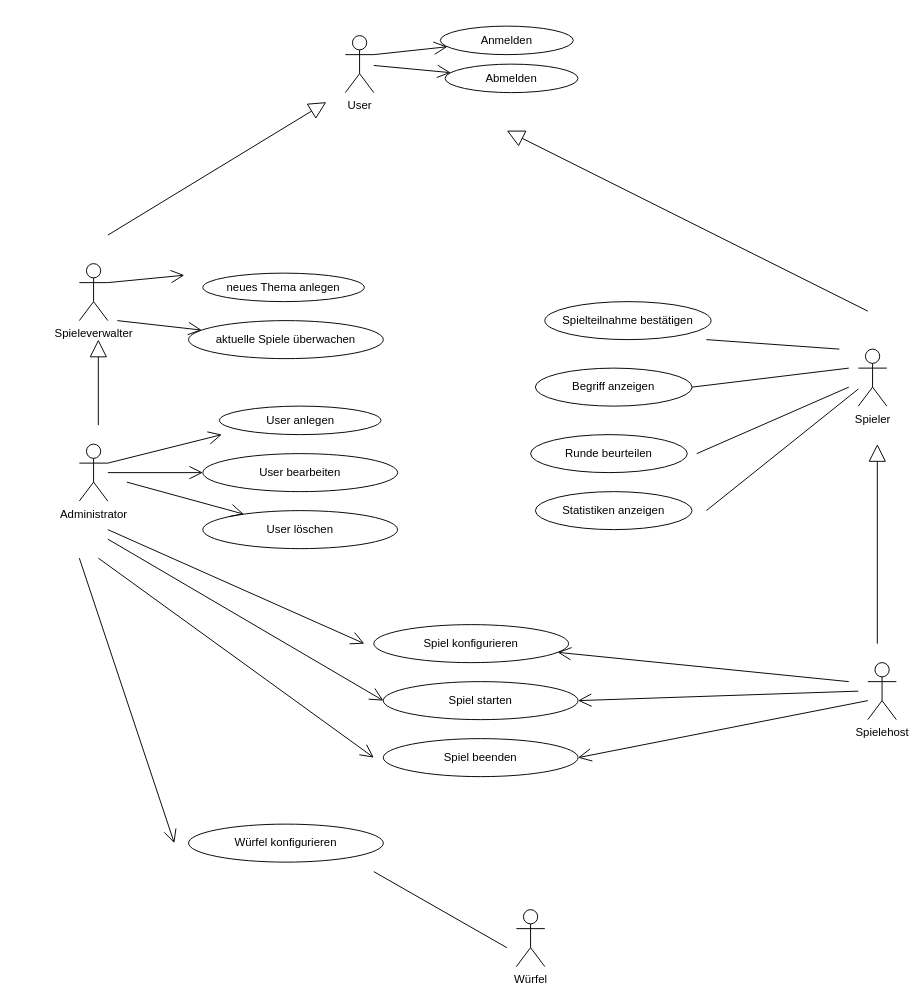
Above: use_case_diagram.drawio in b-ertel/TimeGuess-Game (draw.io), before the change. Source tidied: cells renumbered, new cells numbered last; positions are measured from the earlier drawing's top-left corner, leaving out a move shared by most shapes. Both pictures are drawn from the tidied source at 95%, with x=0, y=0 at pixel (79, 26).
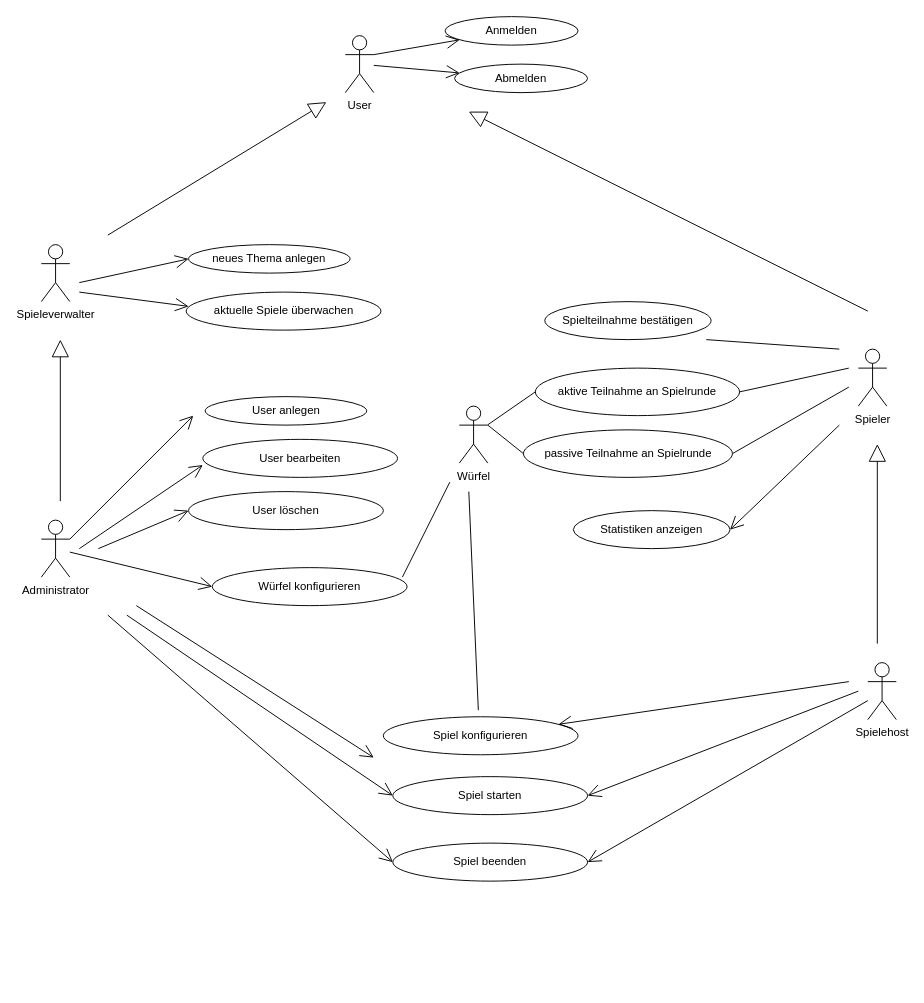
The same page after the edit.

Commit message (it also covers changes not shown here):
update sketch of use case diagram

- can now be considered "complete" in the sense that it is ready
  for discussion in the next meeting
- .docx file on OneDrive has been updated with this version, too

Unchanged cells that the change refers to:
```xml
<mxCell id="39" value="&lt;div&gt;Spieler&lt;/div&gt;" style="shape=umlActor;verticalLabelPosition=bottom;verticalAlign=top;html=1;" parent="1" vertex="1">
  <mxGeometry x="820" y="340" width="30" height="60" as="geometry" />
</mxCell>
```

What changed in the source:
```diff
@@
-    <mxCell id="2" style="endArrow=none;endFill=0;endSize=12;html=1;" parent="1" edge="1" source="39">
-      <mxGeometry relative="1" as="geometry">
-        <mxPoint x="660" y="510" as="targetPoint" />
-      </mxGeometry>
-    </mxCell>
@@
     <mxCell id="4" value="&lt;div&gt;Anmelden&lt;/div&gt;" style="ellipse;whiteSpace=wrap;html=1;" parent="1" vertex="1">
-      <mxGeometry x="380" width="140" height="30" as="geometry" />
+      <mxGeometry x="385" y="-10" width="140" height="30" as="geometry" />
     </mxCell>
     <mxCell id="5" value="&lt;div&gt;Abmelden&lt;/div&gt;" style="ellipse;whiteSpace=wrap;html=1;" parent="1" vertex="1">
-      <mxGeometry x="385" y="40" width="140" height="30" as="geometry" />
+      <mxGeometry x="395" y="40" width="140" height="30" as="geometry" />
     </mxCell>
@@
     <mxCell id="8" value="Spieleverwalter" style="shape=umlActor;verticalLabelPosition=bottom;verticalAlign=top;html=1;" parent="1" vertex="1">
-      <mxGeometry y="250" width="30" height="60" as="geometry" />
+      <mxGeometry x="-40" y="230" width="30" height="60" as="geometry" />
     </mxCell>
     <mxCell id="9" value="neues Thema anlegen" style="ellipse;whiteSpace=wrap;html=1;" parent="1" vertex="1">
-      <mxGeometry x="130" y="260" width="170" height="30" as="geometry" />
+      <mxGeometry x="115" y="230" width="170" height="30" as="geometry" />
     </mxCell>
-    <mxCell id="10" style="endArrow=open;endFill=1;endSize=12;html=1;exitX=1;exitY=0.3333333333333333;exitDx=0;exitDy=0;exitPerimeter=0;" parent="1" edge="1" source="8">
+    <mxCell id="10" style="endArrow=open;endFill=1;endSize=12;html=1;entryX=0;entryY=0.5;entryDx=0;entryDy=0;" parent="1" edge="1" target="9">
       <mxGeometry relative="1" as="geometry">
-        <mxPoint x="110.5" y="262.2" as="targetPoint" />
+        <mxPoint y="270" as="sourcePoint" />
       </mxGeometry>
     </mxCell>
     <mxCell id="11" value="aktuelle Spiele überwachen" style="ellipse;whiteSpace=wrap;html=1;" parent="1" vertex="1">
-      <mxGeometry x="115" y="310" width="205" height="40" as="geometry" />
+      <mxGeometry x="112.5" y="280" width="205" height="40" as="geometry" />
     </mxCell>
-    <mxCell id="12" style="endArrow=open;endFill=1;endSize=12;html=1;" parent="1" edge="1" target="11">
+    <mxCell id="12" style="endArrow=open;endFill=1;endSize=12;html=1;" parent="1" edge="1">
       <mxGeometry relative="1" as="geometry">
-        <mxPoint x="40" y="310" as="sourcePoint" />
+        <mxPoint y="280" as="sourcePoint" />
+        <mxPoint x="115" y="295" as="targetPoint" />
       </mxGeometry>
     </mxCell>
-    <mxCell id="13" value="Administrator" style="shape=umlActor;verticalLabelPosition=bottom;verticalAlign=top;html=1;" parent="1" vertex="1">
-      <mxGeometry y="440" width="30" height="60" as="geometry" />
-    </mxCell>
     <mxCell id="14" value="User anlegen" style="ellipse;whiteSpace=wrap;html=1;" parent="1" vertex="1">
-      <mxGeometry x="147.5" y="400" width="170" height="30" as="geometry" />
+      <mxGeometry x="132.5" y="390" width="170" height="30" as="geometry" />
     </mxCell>
     <mxCell id="15" value="User bearbeiten" style="ellipse;whiteSpace=wrap;html=1;" parent="1" vertex="1">
-      <mxGeometry x="130" y="450" width="205" height="40" as="geometry" />
+      <mxGeometry x="130" y="435" width="205" height="40" as="geometry" />
     </mxCell>
     <mxCell id="16" style="endArrow=open;endFill=1;endSize=12;html=1;exitX=1;exitY=0.3333333333333333;exitDx=0;exitDy=0;exitPerimeter=0;" parent="1" edge="1" source="13">
       <mxGeometry relative="1" as="geometry">
-        <mxPoint x="150" y="430" as="targetPoint" />
+        <mxPoint x="120" y="410" as="targetPoint" />
       </mxGeometry>
     </mxCell>
-    <mxCell id="17" style="endArrow=open;endFill=1;endSize=12;html=1;" parent="1" edge="1" source="13" target="15">
-      <mxGeometry relative="1" as="geometry" />
+    <mxCell id="17" style="endArrow=open;endFill=1;endSize=12;html=1;entryX=0;entryY=0.675;entryDx=0;entryDy=0;entryPerimeter=0;" parent="1" edge="1" target="15">
+      <mxGeometry relative="1" as="geometry">
+        <mxPoint y="550" as="sourcePoint" />
+      </mxGeometry>
     </mxCell>
     <mxCell id="18" value="User löschen" style="ellipse;whiteSpace=wrap;html=1;" parent="1" vertex="1">
-      <mxGeometry x="130" y="510" width="205" height="40" as="geometry" />
+      <mxGeometry x="115" y="490" width="205" height="40" as="geometry" />
     </mxCell>
-    <mxCell id="19" style="endArrow=open;endFill=1;endSize=12;html=1;" parent="1" edge="1" target="18">
+    <mxCell id="19" style="endArrow=open;endFill=1;endSize=12;html=1;entryX=0;entryY=0.5;entryDx=0;entryDy=0;" parent="1" edge="1" target="18">
       <mxGeometry relative="1" as="geometry">
-        <mxPoint x="50" y="480" as="sourcePoint" />
+        <mxPoint x="20" y="550" as="sourcePoint" />
       </mxGeometry>
     </mxCell>
     <mxCell id="20" style="endArrow=block;endSize=16;endFill=0;html=1;" parent="1" edge="1">
       <mxGeometry relative="1" as="geometry">
-        <mxPoint x="20" y="420" as="sourcePoint" />
-        <mxPoint x="20" y="330" as="targetPoint" />
+        <mxPoint x="-20" y="500" as="sourcePoint" />
+        <mxPoint x="-20" y="330" as="targetPoint" />
       </mxGeometry>
     </mxCell>
@@
     <mxCell id="22" value="&lt;div&gt;Spiel starten&lt;/div&gt;" style="ellipse;whiteSpace=wrap;html=1;" parent="1" vertex="1">
-      <mxGeometry x="320" y="690" width="205" height="40" as="geometry" />
+      <mxGeometry x="330" y="790" width="205" height="40" as="geometry" />
     </mxCell>
     <mxCell id="23" value="Spiel beenden" style="ellipse;whiteSpace=wrap;html=1;" parent="1" vertex="1">
-      <mxGeometry x="320" y="750" width="205" height="40" as="geometry" />
+      <mxGeometry x="330" y="860" width="205" height="40" as="geometry" />
     </mxCell>
     <mxCell id="24" value="Spiel konfigurieren" style="ellipse;whiteSpace=wrap;html=1;" parent="1" vertex="1">
-      <mxGeometry x="310" y="630" width="205" height="40" as="geometry" />
+      <mxGeometry x="320" y="727" width="205" height="40" as="geometry" />
     </mxCell>
@@
     <mxCell id="26" style="endArrow=block;endSize=16;endFill=0;html=1;" parent="1" edge="1">
       <mxGeometry relative="1" as="geometry">
         <mxPoint x="830" y="300" as="sourcePoint" />
-        <mxPoint x="450" y="110" as="targetPoint" />
+        <mxPoint x="410" y="90" as="targetPoint" />
       </mxGeometry>
     </mxCell>
@@
-    <mxCell id="28" style="endArrow=open;endFill=1;endSize=12;html=1;" parent="1" edge="1">
+    <mxCell id="28" style="endArrow=open;endFill=1;endSize=12;html=1;entryX=0;entryY=0.5;entryDx=0;entryDy=0;" parent="1" edge="1" target="23">
       <mxGeometry relative="1" as="geometry">
-        <mxPoint x="30" y="530" as="sourcePoint" />
-        <mxPoint x="300" y="650" as="targetPoint" />
+        <mxPoint x="30" y="620" as="sourcePoint" />
       </mxGeometry>
     </mxCell>
     <mxCell id="29" style="endArrow=open;endFill=1;endSize=12;html=1;" parent="1" edge="1">
       <mxGeometry relative="1" as="geometry">
-        <mxPoint x="20" y="560" as="sourcePoint" />
+        <mxPoint x="60" y="610" as="sourcePoint" />
         <mxPoint x="310" y="770" as="targetPoint" />
       </mxGeometry>
     </mxCell>
     <mxCell id="30" style="endArrow=open;endFill=1;endSize=12;html=1;entryX=0;entryY=0.5;entryDx=0;entryDy=0;" parent="1" edge="1" target="22">
       <mxGeometry relative="1" as="geometry">
-        <mxPoint x="30" y="540" as="sourcePoint" />
+        <mxPoint x="50" y="620" as="sourcePoint" />
       </mxGeometry>
     </mxCell>
     <mxCell id="31" value="Statistiken anzeigen" style="ellipse;whiteSpace=wrap;html=1;" parent="1" vertex="1">
-      <mxGeometry x="480" y="490" width="165" height="40" as="geometry" />
+      <mxGeometry x="520" y="510" width="165" height="40" as="geometry" />
     </mxCell>
     <mxCell id="32" value="Würfel konfigurieren" style="ellipse;whiteSpace=wrap;html=1;" parent="1" vertex="1">
-      <mxGeometry x="115" y="840" width="205" height="40" as="geometry" />
+      <mxGeometry x="140" y="570" width="205" height="40" as="geometry" />
     </mxCell>
-    <mxCell id="33" style="endArrow=open;endFill=1;endSize=12;html=1;" parent="1" edge="1">
-      <mxGeometry relative="1" as="geometry">
-        <mxPoint y="560" as="sourcePoint" />
-        <mxPoint x="100" y="860" as="targetPoint" />
-      </mxGeometry>
+    <mxCell id="33" style="endArrow=open;endFill=1;endSize=12;html=1;entryX=0;entryY=0.5;entryDx=0;entryDy=0;" parent="1" edge="1" source="13" target="32">
+      <mxGeometry relative="1" as="geometry" />
     </mxCell>
     <mxCell id="34" value="Würfel" style="shape=umlActor;verticalLabelPosition=bottom;verticalAlign=top;html=1;" parent="1" vertex="1">
-      <mxGeometry x="460" y="930" width="30" height="60" as="geometry" />
+      <mxGeometry x="400" y="400" width="30" height="60" as="geometry" />
     </mxCell>
-    <mxCell id="35" style="endArrow=none;endFill=0;endSize=12;html=1;" parent="1" edge="1">
+    <mxCell id="35" style="endArrow=none;endFill=0;endSize=12;html=1;exitX=0.976;exitY=0.25;exitDx=0;exitDy=0;exitPerimeter=0;" parent="1" edge="1" source="32">
       <mxGeometry relative="1" as="geometry">
-        <mxPoint x="310" y="890" as="sourcePoint" />
-        <mxPoint x="450" y="970" as="targetPoint" />
+        <mxPoint x="390" y="480" as="targetPoint" />
       </mxGeometry>
     </mxCell>
@@
-    <mxCell id="42" value="Begriff anzeigen" style="ellipse;whiteSpace=wrap;html=1;" parent="1" vertex="1">
-      <mxGeometry x="480" y="360" width="165" height="40" as="geometry" />
+    <mxCell id="42" value="&lt;div&gt;aktive Teilnahme an Spielrunde&lt;/div&gt;" style="ellipse;whiteSpace=wrap;html=1;" parent="1" vertex="1">
+      <mxGeometry x="480" y="360" width="215" height="50" as="geometry" />
     </mxCell>
-    <mxCell id="43" value="Runde beurteilen" style="ellipse;whiteSpace=wrap;html=1;" parent="1" vertex="1">
-      <mxGeometry x="475" y="430" width="165" height="40" as="geometry" />
+    <mxCell id="43" value="passive Teilnahme an Spielrunde" style="ellipse;whiteSpace=wrap;html=1;" parent="1" vertex="1">
+      <mxGeometry x="467.5" y="425" width="220" height="50" as="geometry" />
     </mxCell>
-    <mxCell id="44" style="endArrow=none;endFill=0;endSize=12;html=1;" parent="1" edge="1">
+    <mxCell id="44" style="endArrow=none;endFill=0;endSize=12;html=1;entryX=1;entryY=0.5;entryDx=0;entryDy=0;" parent="1" edge="1" target="43">
       <mxGeometry relative="1" as="geometry">
         <mxPoint x="810" y="380" as="sourcePoint" />
-        <mxPoint x="650" y="450" as="targetPoint" />
       </mxGeometry>
     </mxCell>
@@
+    <mxCell id="13" value="Administrator" style="shape=umlActor;verticalLabelPosition=bottom;verticalAlign=top;html=1;" parent="1" vertex="1">
+      <mxGeometry x="-40" y="520" width="30" height="60" as="geometry" />
+    </mxCell>
+    <mxCell id="47" style="endArrow=none;endFill=0;endSize=12;html=1;exitX=0;exitY=0.5;exitDx=0;exitDy=0;entryX=1;entryY=0.3333333333333333;entryDx=0;entryDy=0;entryPerimeter=0;" parent="1" edge="1" source="43" target="34">
+      <mxGeometry relative="1" as="geometry" />
+    </mxCell>
+    <mxCell id="48" style="endArrow=none;endFill=0;endSize=12;html=1;exitX=0;exitY=0.5;exitDx=0;exitDy=0;" parent="1" edge="1" source="42" target="34">
+      <mxGeometry relative="1" as="geometry" />
+    </mxCell>
+    <mxCell id="49" style="endArrow=none;endFill=0;endSize=12;html=1;" parent="1" edge="1">
+      <mxGeometry relative="1" as="geometry">
+        <mxPoint x="420" y="720" as="sourcePoint" />
+        <mxPoint x="410" y="490" as="targetPoint" />
+      </mxGeometry>
+    </mxCell>
+    <mxCell id="50" style="endArrow=open;endFill=1;endSize=12;html=1;entryX=1;entryY=0.5;entryDx=0;entryDy=0;" parent="1" edge="1" target="31">
+      <mxGeometry relative="1" as="geometry">
+        <mxPoint x="800" y="420" as="sourcePoint" />
+      </mxGeometry>
+    </mxCell>
```
